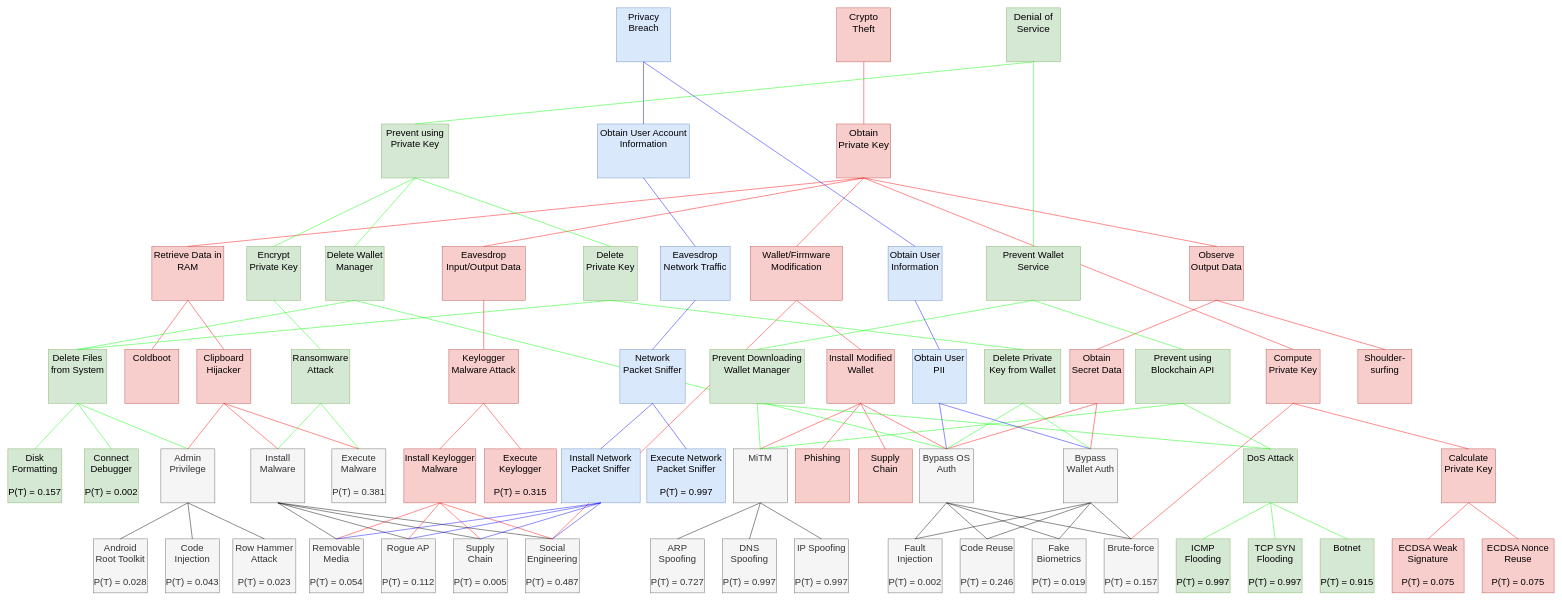
This is page "fault-tree-analysis" (17 of 17) of assets/crypto-wallets.drawio from xujiahuayz/crypto-wallets, a draw.io file, before an edit. Source tidied: cells renumbered, new cells numbered last; positions are measured from the earlier drawing's top-left corner, leaving out a move shared by most shapes. Both pictures are drawn from the tidied source at 45%, with x=0, y=0 at pixel (8, 8).
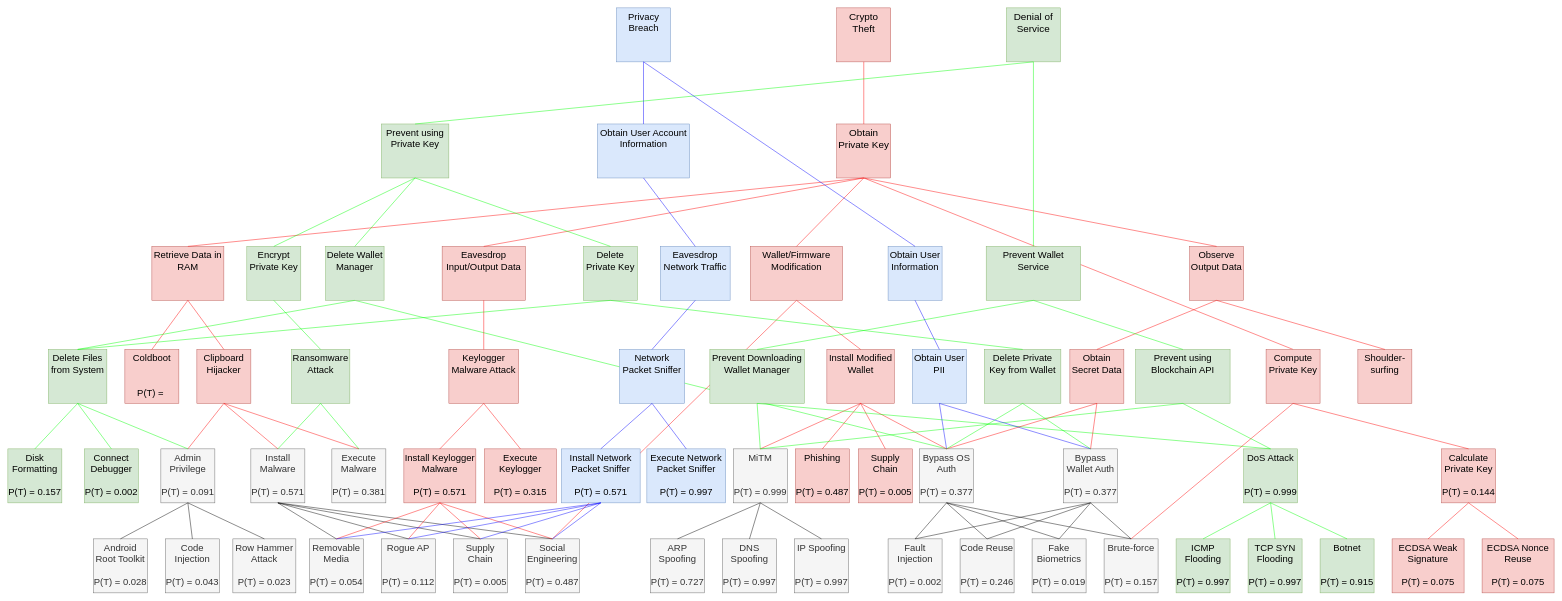
The same page after the edit.

Diff of the diagram source:
```diff
@@
-    <mxCell id="24" value="&lt;font style=&quot;font-size: 21px;&quot;&gt;Admin Privilege&lt;/font&gt;" style="rounded=0;whiteSpace=wrap;html=1;verticalAlign=top;fillColor=#f5f5f5;fontColor=#333333;strokeColor=#666666;" parent="1" vertex="1">
+    <mxCell id="24" value="&lt;font style=&quot;font-size: 21px;&quot;&gt;Admin Privilege&lt;br&gt;&lt;br&gt;P(T) = 0.091&lt;br&gt;&lt;/font&gt;" style="rounded=0;whiteSpace=wrap;html=1;verticalAlign=top;fillColor=#f5f5f5;fontColor=#333333;strokeColor=#666666;" parent="1" vertex="1">
       <mxGeometry x="340" y="980" width="120" height="120" as="geometry" />
     </mxCell>
-    <mxCell id="25" value="&lt;font style=&quot;font-size: 21px;&quot;&gt;Install Keylogger Malware&lt;/font&gt;" style="rounded=0;whiteSpace=wrap;html=1;fillColor=#f8cecc;strokeColor=#b85450;verticalAlign=top;" parent="1" vertex="1">
+    <mxCell id="25" value="&lt;font style=&quot;font-size: 21px;&quot;&gt;Install Keylogger Malware&lt;br&gt;&lt;br&gt;P(T) = 0.571&lt;br&gt;&lt;/font&gt;" style="rounded=0;whiteSpace=wrap;html=1;fillColor=#f8cecc;strokeColor=#b85450;verticalAlign=top;" parent="1" vertex="1">
       <mxGeometry x="880" y="980" width="160" height="120" as="geometry" />
     </mxCell>
@@
-    <mxCell id="29" value="&lt;font style=&quot;font-size: 21px;&quot;&gt;Install Malware&lt;/font&gt;" style="rounded=0;whiteSpace=wrap;html=1;verticalAlign=top;fillColor=#f5f5f5;fontColor=#333333;strokeColor=#666666;" parent="1" vertex="1">
+    <mxCell id="29" value="&lt;font style=&quot;font-size: 21px;&quot;&gt;Install Malware&lt;br&gt;&lt;br&gt;P(T) = 0.571&lt;br&gt;&lt;/font&gt;" style="rounded=0;whiteSpace=wrap;html=1;verticalAlign=top;fillColor=#f5f5f5;fontColor=#333333;strokeColor=#666666;" parent="1" vertex="1">
       <mxGeometry x="540" y="980" width="120" height="120" as="geometry" />
     </mxCell>
@@
-    <mxCell id="38" value="&lt;font style=&quot;font-size: 21px;&quot;&gt;Install Network Packet Sniffer&lt;/font&gt;" style="rounded=0;whiteSpace=wrap;html=1;fillColor=#dae8fc;strokeColor=#6c8ebf;verticalAlign=top;" parent="1" vertex="1">
+    <mxCell id="38" value="&lt;font style=&quot;font-size: 21px;&quot;&gt;Install Network Packet Sniffer&lt;br&gt;&lt;br&gt;P(T) = 0.571&lt;br&gt;&lt;/font&gt;" style="rounded=0;whiteSpace=wrap;html=1;fillColor=#dae8fc;strokeColor=#6c8ebf;verticalAlign=top;" parent="1" vertex="1">
       <mxGeometry x="1230" y="980" width="175" height="120" as="geometry" />
     </mxCell>
@@
-    <mxCell id="43" value="&lt;font style=&quot;font-size: 21px;&quot;&gt;MiTM&lt;/font&gt;" style="rounded=0;whiteSpace=wrap;html=1;verticalAlign=top;fillColor=#f5f5f5;fontColor=#333333;strokeColor=#666666;" parent="1" vertex="1">
+    <mxCell id="43" value="&lt;font style=&quot;font-size: 21px;&quot;&gt;MiTM&lt;br&gt;&lt;br&gt;&lt;br&gt;P(T) = 0.999&lt;br&gt;&lt;/font&gt;" style="rounded=0;whiteSpace=wrap;html=1;verticalAlign=top;fillColor=#f5f5f5;fontColor=#333333;strokeColor=#666666;" parent="1" vertex="1">
       <mxGeometry x="1612" y="980" width="120" height="120" as="geometry" />
     </mxCell>
@@
-    <mxCell id="47" value="&lt;font style=&quot;font-size: 21px;&quot;&gt;Bypass OS Auth&lt;br&gt;&lt;/font&gt;" style="rounded=0;whiteSpace=wrap;html=1;verticalAlign=top;fillColor=#f5f5f5;fontColor=#333333;strokeColor=#666666;" parent="1" vertex="1">
+    <mxCell id="47" value="&lt;font style=&quot;font-size: 21px;&quot;&gt;Bypass OS Auth&lt;br&gt;&lt;br&gt;P(T) = 0.377&lt;br&gt;&lt;/font&gt;" style="rounded=0;whiteSpace=wrap;html=1;verticalAlign=top;fillColor=#f5f5f5;fontColor=#333333;strokeColor=#666666;" parent="1" vertex="1">
       <mxGeometry x="2026" y="980" width="120" height="120" as="geometry" />
     </mxCell>
-    <mxCell id="48" value="&lt;font style=&quot;font-size: 21px;&quot;&gt;Bypass Wallet Auth&lt;/font&gt;" style="rounded=0;whiteSpace=wrap;html=1;verticalAlign=top;fillColor=#f5f5f5;fontColor=#333333;strokeColor=#666666;" parent="1" vertex="1">
+    <mxCell id="48" value="&lt;font style=&quot;font-size: 21px;&quot;&gt;Bypass Wallet Auth&lt;br&gt;&lt;br&gt;P(T) = 0.377&lt;br&gt;&lt;/font&gt;" style="rounded=0;whiteSpace=wrap;html=1;verticalAlign=top;fillColor=#f5f5f5;fontColor=#333333;strokeColor=#666666;" parent="1" vertex="1">
       <mxGeometry x="2346" y="980" width="120" height="120" as="geometry" />
     </mxCell>
@@
-    <mxCell id="57" value="&lt;font style=&quot;font-size: 21px;&quot;&gt;Calculate Private Key&lt;/font&gt;" style="rounded=0;whiteSpace=wrap;html=1;fillColor=#f8cecc;strokeColor=#b85450;verticalAlign=top;" parent="1" vertex="1">
+    <mxCell id="57" value="&lt;font style=&quot;font-size: 21px;&quot;&gt;Calculate Private Key&lt;br&gt;&lt;br&gt;P(T) = 0.144&lt;br&gt;&lt;/font&gt;" style="rounded=0;whiteSpace=wrap;html=1;fillColor=#f8cecc;strokeColor=#b85450;verticalAlign=top;" parent="1" vertex="1">
       <mxGeometry x="3186" y="980" width="120" height="120" as="geometry" />
     </mxCell>
@@
-    <mxCell id="60" value="&lt;font style=&quot;font-size: 21px;&quot;&gt;DoS Attack&lt;/font&gt;" style="rounded=0;whiteSpace=wrap;html=1;fillColor=#d5e8d4;strokeColor=#82b366;verticalAlign=top;" parent="1" vertex="1">
+    <mxCell id="60" value="&lt;font style=&quot;font-size: 21px;&quot;&gt;DoS Attack&lt;br&gt;&lt;br&gt;&lt;br&gt;P(T) = 0.999&lt;br&gt;&lt;/font&gt;" style="rounded=0;whiteSpace=wrap;html=1;fillColor=#d5e8d4;strokeColor=#82b366;verticalAlign=top;" parent="1" vertex="1">
       <mxGeometry x="2746" y="980" width="120" height="120" as="geometry" />
     </mxCell>
@@
     <mxCell id="76" value="&lt;font style=&quot;font-size: 21px;&quot;&gt;Network Packet Sniffer&lt;/font&gt;" style="rounded=0;whiteSpace=wrap;html=1;fillColor=#dae8fc;strokeColor=#6c8ebf;verticalAlign=top;" parent="1" vertex="1">
-      <mxGeometry x="1360" y="759" width="145" height="120" as="geometry" />
+      <mxGeometry x="1359" y="759" width="145" height="120" as="geometry" />
     </mxCell>
@@
-    <mxCell id="80" value="&lt;font style=&quot;font-size: 21px;&quot;&gt;Phishing&lt;/font&gt;" style="rounded=0;whiteSpace=wrap;html=1;fillColor=#f8cecc;strokeColor=#b85450;verticalAlign=top;" parent="1" vertex="1">
+    <mxCell id="80" value="&lt;font style=&quot;font-size: 21px;&quot;&gt;Phishing&lt;br&gt;&lt;br&gt;&lt;br&gt;P(T) = 0.487&lt;br&gt;&lt;/font&gt;" style="rounded=0;whiteSpace=wrap;html=1;fillColor=#f8cecc;strokeColor=#b85450;verticalAlign=top;" parent="1" vertex="1">
       <mxGeometry x="1750" y="980" width="120" height="120" as="geometry" />
     </mxCell>
-    <mxCell id="81" value="&lt;font style=&quot;font-size: 21px;&quot;&gt;Supply Chain&lt;/font&gt;" style="rounded=0;whiteSpace=wrap;html=1;fillColor=#f8cecc;strokeColor=#b85450;verticalAlign=top;" parent="1" vertex="1">
+    <mxCell id="81" value="&lt;font style=&quot;font-size: 21px;&quot;&gt;Supply Chain&lt;br&gt;&lt;br&gt;P(T) = 0.005&lt;br&gt;&lt;/font&gt;" style="rounded=0;whiteSpace=wrap;html=1;fillColor=#f8cecc;strokeColor=#b85450;verticalAlign=top;" parent="1" vertex="1">
       <mxGeometry x="1890" y="980" width="120" height="120" as="geometry" />
     </mxCell>
@@
-    <mxCell id="107" value="&lt;font style=&quot;font-size: 21px;&quot;&gt;Coldboot&lt;/font&gt;" style="rounded=0;whiteSpace=wrap;html=1;fillColor=#f8cecc;strokeColor=#b85450;verticalAlign=top;" parent="1" vertex="1">
+    <mxCell id="107" value="&lt;font style=&quot;font-size: 21px;&quot;&gt;Coldboot&lt;br&gt;&lt;br&gt;&lt;br&gt;P(T) =&amp;nbsp;&lt;br&gt;&lt;/font&gt;" style="rounded=0;whiteSpace=wrap;html=1;fillColor=#f8cecc;strokeColor=#b85450;verticalAlign=top;" parent="1" vertex="1">
       <mxGeometry x="260" y="759" width="120" height="120" as="geometry" />
     </mxCell>
```
